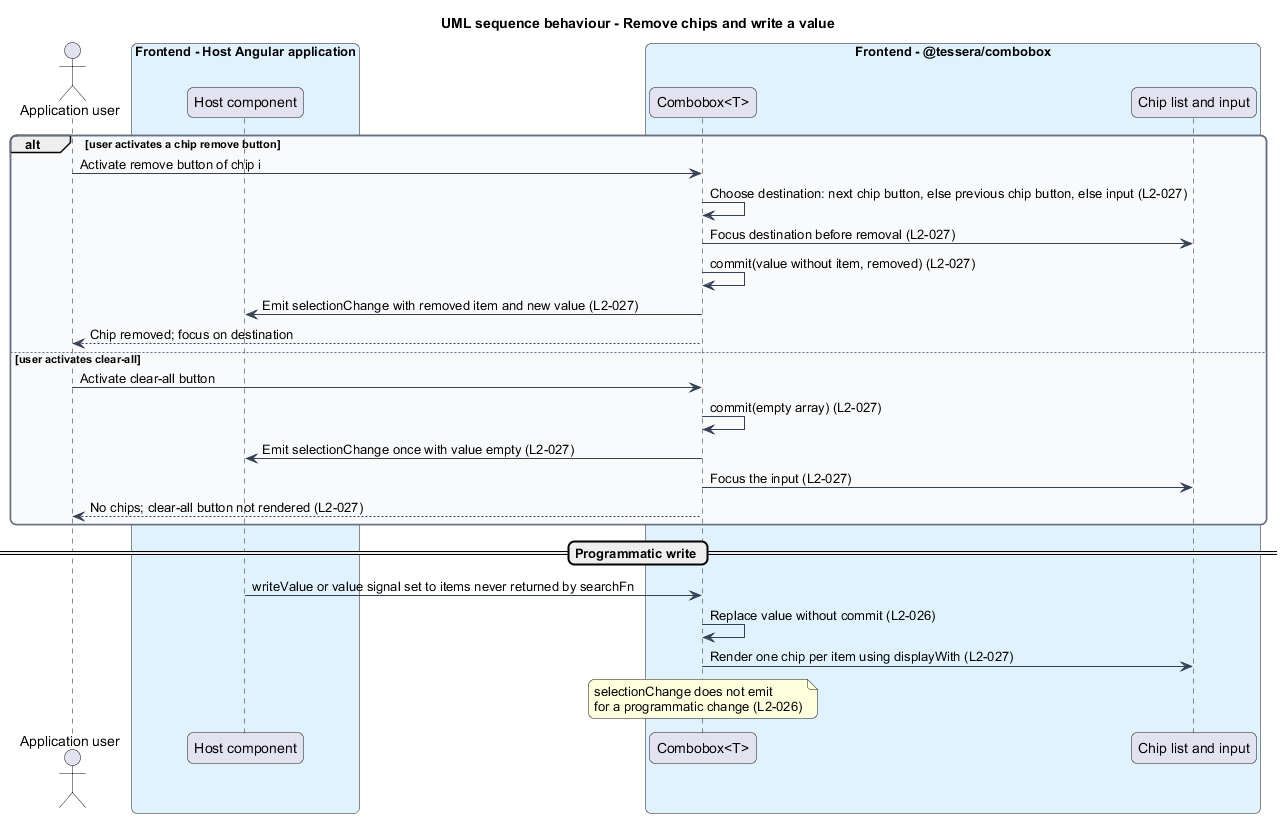
Earlier version of the PlantUML export docs/detailed-designs/combobox/select-values/diagrams/sequence-remove-chip.png (QuinntyneBrown/Tessera). Source of this version:
```plantuml
@startuml
title UML sequence behaviour - Remove chips and write a value
skinparam backgroundColor #FFFFFF
skinparam shadowing false
skinparam roundcorner 12
skinparam defaultFontName Arial
skinparam ArrowColor #344054
skinparam rectangle {
  BorderColor #344054
  FontColor #101828
}
skinparam package {
  BorderColor #667085
  FontColor #101828
  BackgroundColor #F9FAFB
}
actor "Application user" as user
box "Frontend - Host Angular application" #E0F2FE
  participant "Host component" as host
end box
box "Frontend - @tessera/combobox" #E0F2FE
  participant "Combobox<T>" as combo
  participant "Chip list and input" as dom
end box

alt user activates a chip remove button
  user -> combo : Activate remove button of chip i
  combo -> combo : Choose destination: next chip button, else previous chip button, else input (L2-027)
  combo -> dom : Focus destination before removal (L2-027)
  combo -> combo : commit(value without item, removed) (L2-027)
  combo -> host : Emit selectionChange with removed item and new value (L2-027)
  combo --> user : Chip removed; focus on destination
else user activates clear-all
  user -> combo : Activate clear-all button
  combo -> combo : commit(empty array) (L2-027)
  combo -> host : Emit selectionChange once with value empty (L2-027)
  combo -> dom : Focus the input (L2-027)
  combo --> user : No chips; clear-all button not rendered (L2-027)
end
== Programmatic write ==
host -> combo : writeValue or value signal set to items never returned by searchFn
combo -> combo : Replace value without commit (L2-026)
combo -> dom : Render one chip per item using displayWith (L2-027)
note over combo
  selectionChange does not emit
  for a programmatic change (L2-026)
end note
@enduml
```
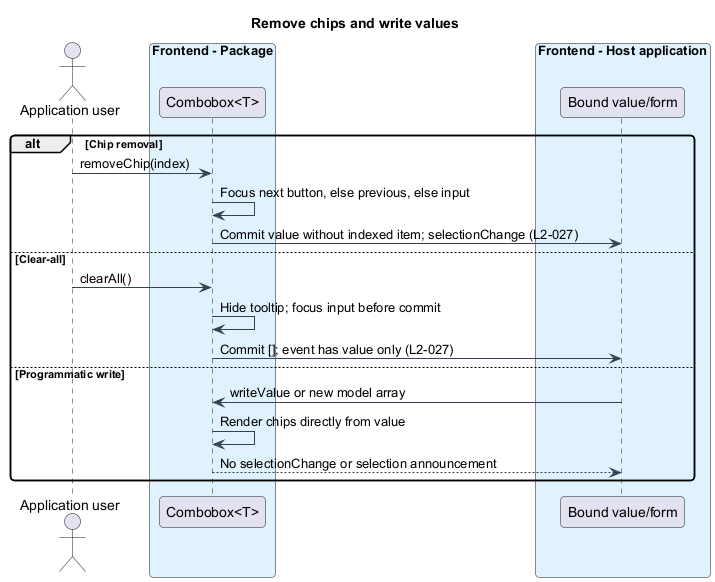
After the commit.

The edit, as a diff of the source:
```diff
@@ -1,48 +1,35 @@
 @startuml
-title UML sequence behaviour - Remove chips and write a value
 skinparam backgroundColor #FFFFFF
 skinparam shadowing false
-skinparam roundcorner 12
+skinparam roundcorner 8
 skinparam defaultFontName Arial
 skinparam ArrowColor #344054
-skinparam rectangle {
+skinparam class {
   BorderColor #344054
-  FontColor #101828
-}
-skinparam package {
-  BorderColor #667085
   FontColor #101828
   BackgroundColor #F9FAFB
 }
+title Remove chips and write values
 actor "Application user" as user
-box "Frontend - Host Angular application" #E0F2FE
-  participant "Host component" as host
+box "Frontend - Package" #E0F2FE
+  participant "Combobox<T>" as cb
 end box
-box "Frontend - @tessera/combobox" #E0F2FE
-  participant "Combobox<T>" as combo
-  participant "Chip list and input" as dom
+box "Frontend - Host application" #E0F2FE
+  participant "Bound value/form" as host
 end box
 
-alt user activates a chip remove button
-  user -> combo : Activate remove button of chip i
-  combo -> combo : Choose destination: next chip button, else previous chip button, else input (L2-027)
-  combo -> dom : Focus destination before removal (L2-027)
-  combo -> combo : commit(value without item, removed) (L2-027)
-  combo -> host : Emit selectionChange with removed item and new value (L2-027)
-  combo --> user : Chip removed; focus on destination
-else user activates clear-all
-  user -> combo : Activate clear-all button
-  combo -> combo : commit(empty array) (L2-027)
-  combo -> host : Emit selectionChange once with value empty (L2-027)
-  combo -> dom : Focus the input (L2-027)
-  combo --> user : No chips; clear-all button not rendered (L2-027)
+
+alt Chip removal
+  user -> cb : removeChip(index)
+  cb -> cb : Focus next button, else previous, else input
+  cb -> host : Commit value without indexed item; selectionChange (L2-027)
+else Clear-all
+  user -> cb : clearAll()
+  cb -> cb : Hide tooltip; focus input before commit
+  cb -> host : Commit []; event has value only (L2-027)
+else Programmatic write
+  host -> cb : writeValue or new model array
+  cb -> cb : Render chips directly from value
+  cb --> host : No selectionChange or selection announcement
 end
-== Programmatic write ==
-host -> combo : writeValue or value signal set to items never returned by searchFn
-combo -> combo : Replace value without commit (L2-026)
-combo -> dom : Render one chip per item using displayWith (L2-027)
-note over combo
-  selectionChange does not emit
-  for a programmatic change (L2-026)
-end note
 @enduml
```
